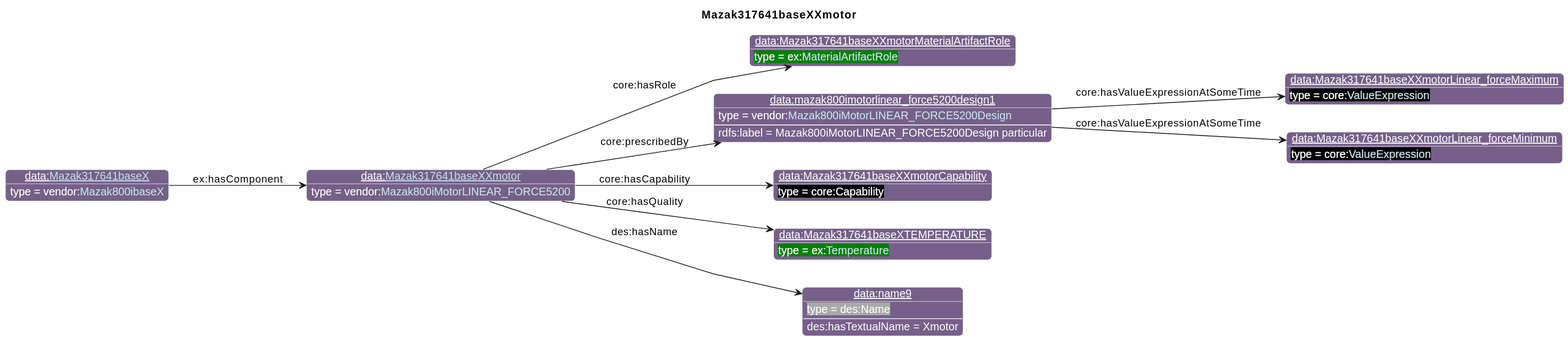
Earlier version of the PlantUML export diagrams/Mazak317641baseXXmotor.svg (iofoundry/example-syseng-mtconnect).
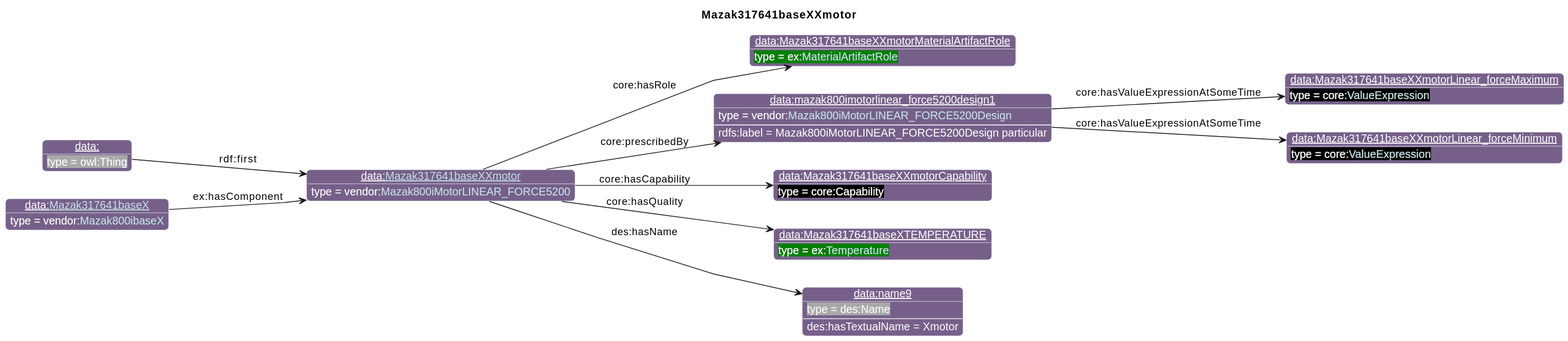
The same diagram one commit later.

Change to the diagram source:
```diff
@@ -33,7 +33,8 @@
 individual(o5, data:Mazak317641baseXXmotorCapability, core:Capability)
 individual(o6, data:Mazak317641baseXTEMPERATURE, ex:[[../Example.html#Temperature Temperature]])
 individual(o7, data:name9, des:Name)
-individual(o8, data:[[./Mazak317641baseX.html Mazak317641baseX]], vendor:[[../Mazak.html#Mazak800ibaseX Mazak800ibaseX]])
+individual(o8, data:, owl:Thing)
+individual(o9, data:[[./Mazak317641baseX.html Mazak317641baseX]], vendor:[[../Mazak.html#Mazak800ibaseX Mazak800ibaseX]])
 property(o0, "core:hasRole", o1)
 property(o0, "core:prescribedBy", o2)
 data(o2, "rdfs:label", "Mazak800iMotorLINEAR_FORCE5200Design particular")
@@ -43,5 +44,6 @@
 property(o0, "core:hasQuality", o6)
 property(o0, "des:hasName", o7)
 data(o7, "des:hasTextualName", "Xmotor")
-property(o8, "ex:hasComponent", o0)
+property(o8, "rdf:first", o0)
+property(o9, "ex:hasComponent", o0)
 @enduml
```
